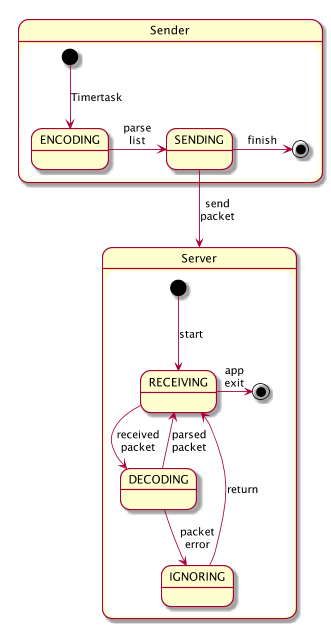
The PlantUML diagram documentation/RemoteFilenameList-UDP-Protocol-StateDiagram.png in danieljfgoncalves/p2p-file-share-app, before a commit.
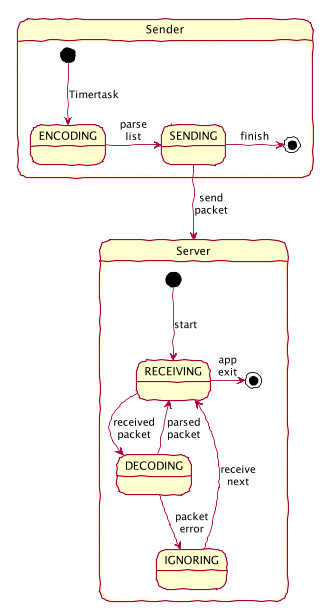
Above is the later version.

Diff of the diagram source:
```diff
@@ -1,12 +1,18 @@
 @startuml
-scale 350 width
+
+skinparam handwritten true
+skinparam monochrome false
+skinparam defaultFontName FG Virgil
+skinparam shadowing false
+
+
 
 state Server {
   [*] ---> RECEIVING : start
   RECEIVING --> DECODING : received\npacket
   DECODING --> RECEIVING : parsed\npacket
   DECODING --> IGNORING : packet\nerror
-  IGNORING --> RECEIVING : return
+  IGNORING --> RECEIVING : receive\nnext
   RECEIVING -> [*] : app\nexit
 }
 
```
